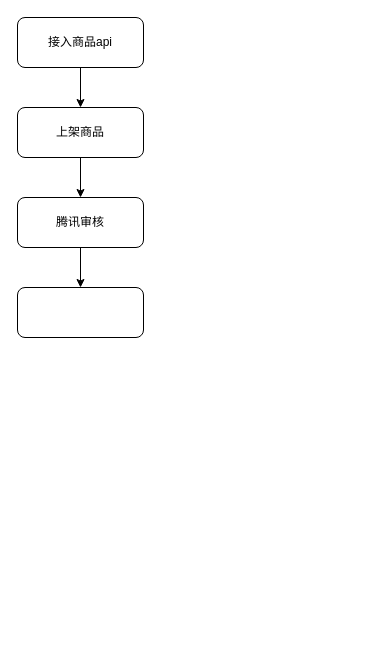
Above: 电商获客.drawio in Leon-sun/datainsights (draw.io), before the change. Source tidied: cells renumbered, new cells numbered last; positions are measured from the earlier drawing's top-left corner, leaving out a move shared by most shapes. Both pictures are drawn from the tidied source at 100%, with x=0, y=0 at pixel (17, 17).
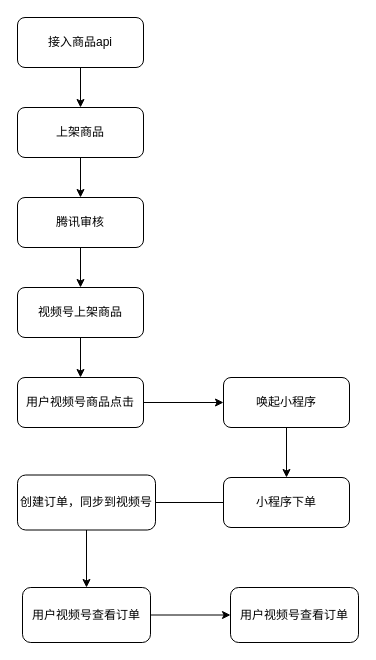
The same diagram, later.

Commit message:
更新电商获客.drawio

Diff of the diagram source:
```diff
@@
+    <mxCell id="9" style="edgeStyle=orthogonalEdgeStyle;rounded=0;jettySize=auto;html=1;" parent="1" edge="1" source="8" target="11">
+      <mxGeometry relative="1" as="geometry" />
+    </mxCell>
-    <mxCell id="8" style="rounded=1;whiteSpace=wrap;html=1;" parent="1" vertex="1">
+    <mxCell id="8" value="视频号上架商品" style="rounded=1;whiteSpace=wrap;html=1;" parent="1" vertex="1">
       <mxGeometry y="270" width="126" height="50" as="geometry" />
     </mxCell>
+    <mxCell id="10" style="edgeStyle=orthogonalEdgeStyle;rounded=0;jettySize=auto;html=1;" parent="1" edge="1" source="11" target="13">
+      <mxGeometry relative="1" as="geometry" />
+    </mxCell>
+    <mxCell id="11" value="用户视频号商品点击" style="rounded=1;whiteSpace=wrap;html=1;" parent="1" vertex="1">
+      <mxGeometry y="360" width="126" height="50" as="geometry" />
+    </mxCell>
+    <mxCell id="12" style="edgeStyle=orthogonalEdgeStyle;rounded=0;jettySize=auto;html=1;" parent="1" edge="1" source="13" target="15">
+      <mxGeometry relative="1" as="geometry" />
+    </mxCell>
+    <mxCell id="13" value="唤起小程序" style="rounded=1;whiteSpace=wrap;html=1;" parent="1" vertex="1">
+      <mxGeometry x="206" y="360" width="126" height="50" as="geometry" />
+    </mxCell>
+    <mxCell id="14" style="edgeStyle=orthogonalEdgeStyle;rounded=0;jettySize=auto;html=1;exitX=0;exitY=0.5;exitDx=0;exitDy=0;" parent="1" edge="1" source="15">
+      <mxGeometry relative="1" as="geometry">
+        <mxPoint x="130" y="485" as="targetPoint" />
+      </mxGeometry>
+    </mxCell>
+    <mxCell id="15" value="小程序下单" style="rounded=1;whiteSpace=wrap;html=1;" parent="1" vertex="1">
+      <mxGeometry x="206" y="460" width="126" height="50" as="geometry" />
+    </mxCell>
+    <mxCell id="16" style="edgeStyle=orthogonalEdgeStyle;rounded=0;jettySize=auto;html=1;" parent="1" edge="1" source="17" target="19">
+      <mxGeometry relative="1" as="geometry" />
+    </mxCell>
+    <mxCell id="17" value="创建订单，同步到视频号" style="rounded=1;whiteSpace=wrap;html=1;" parent="1" vertex="1">
+      <mxGeometry y="457.5" width="138" height="55" as="geometry" />
+    </mxCell>
+    <mxCell id="18" style="edgeStyle=orthogonalEdgeStyle;rounded=0;jettySize=auto;html=1;" parent="1" edge="1" source="19" target="20">
+      <mxGeometry relative="1" as="geometry" />
+    </mxCell>
+    <mxCell id="19" value="用户视频号查看订单" style="rounded=1;whiteSpace=wrap;html=1;" parent="1" vertex="1">
+      <mxGeometry x="5" y="570" width="128" height="55" as="geometry" />
+    </mxCell>
+    <mxCell id="20" value="用户视频号查看订单" style="rounded=1;whiteSpace=wrap;html=1;" parent="1" vertex="1">
+      <mxGeometry x="213" y="570" width="128" height="55" as="geometry" />
+    </mxCell>
```
